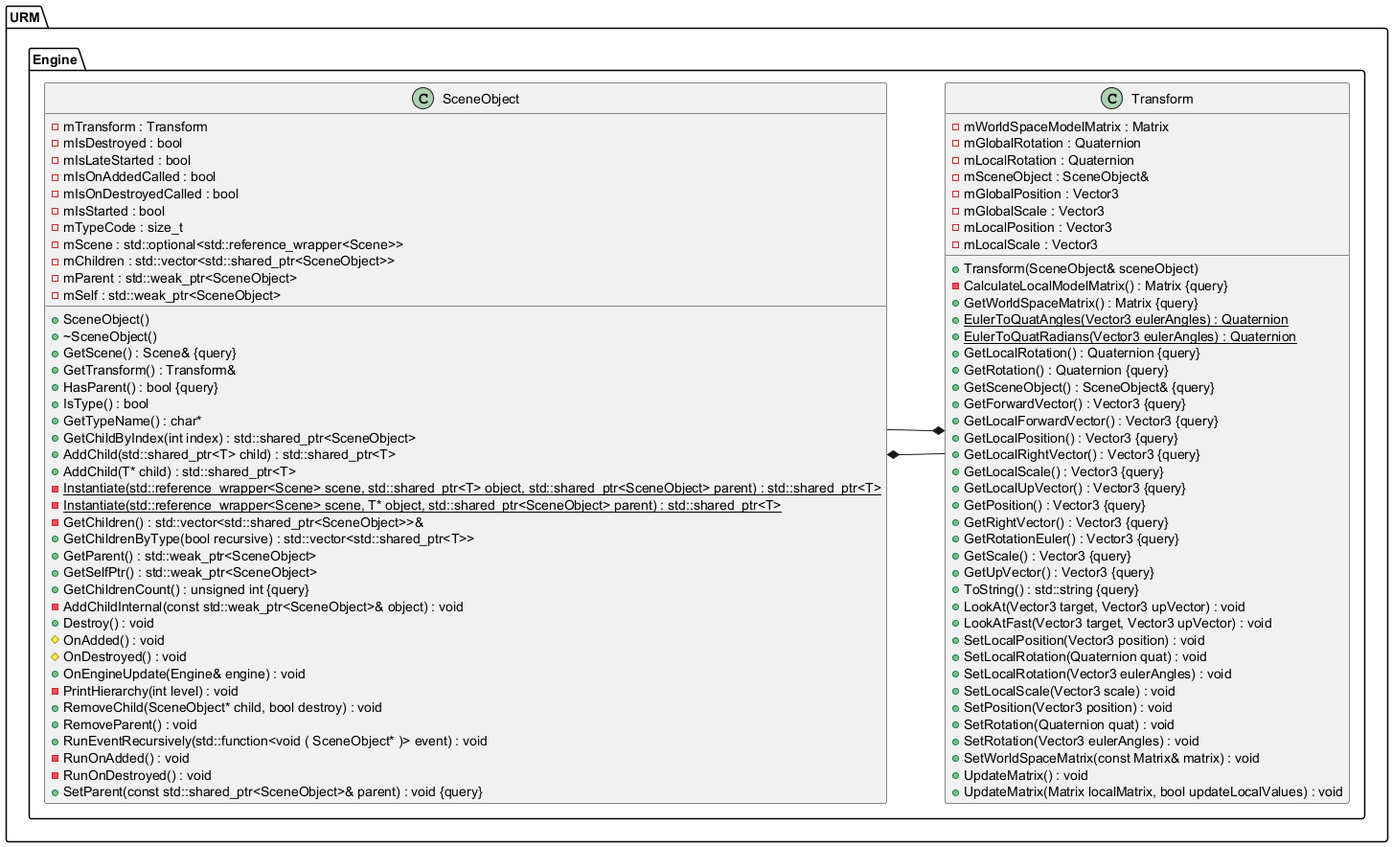
Before: Latex/images/UML/sceneobject.png, a diagram exported from PlantUML (MinikPLayer/MasterThesis_UniversalRenderingModule_D3D11).
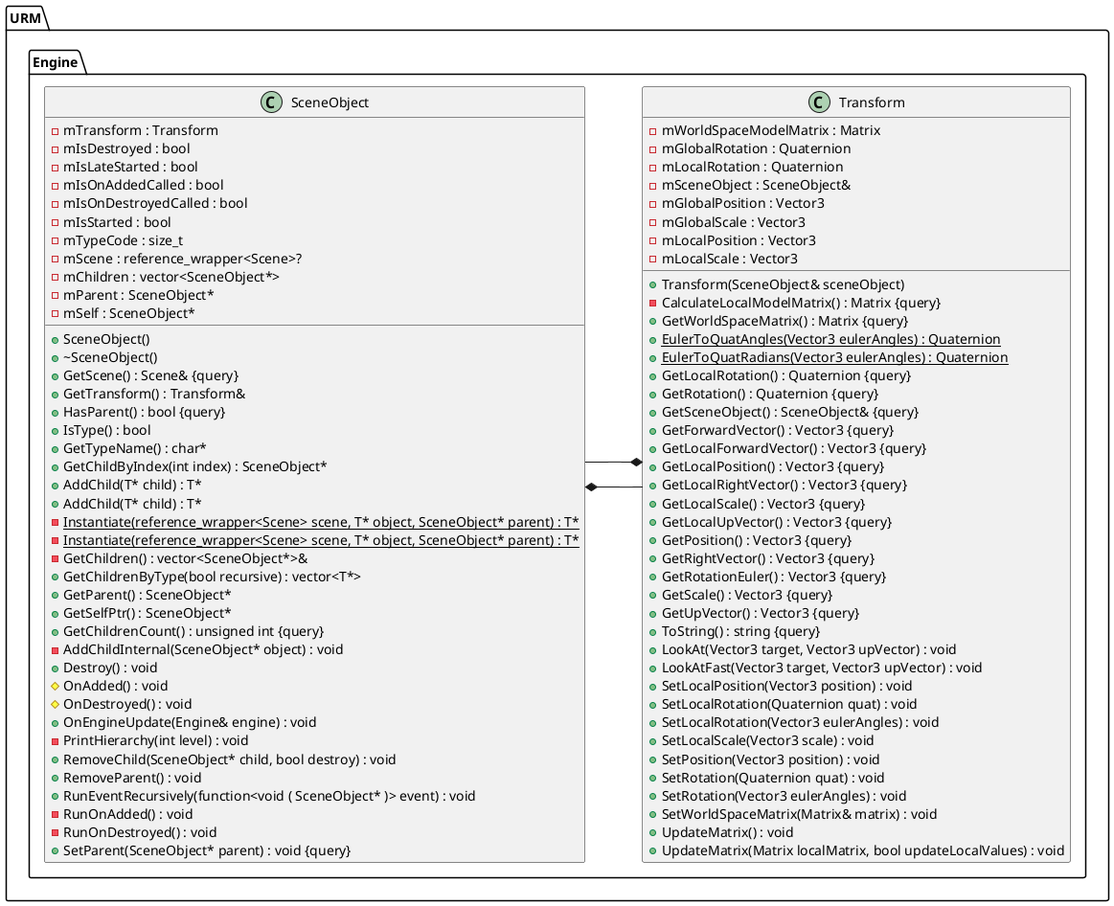
The same diagram one commit later.

Diff of the diagram source:
```diff
@@ -23,21 +23,21 @@
 			-mIsStarted : bool
 			+GetTypeName() : char*
 			-mTypeCode : size_t
-			-mScene : std::optional<std::reference_wrapper<Scene>>
-			+GetChildByIndex(int index) : std::shared_ptr<SceneObject>
-			+AddChild(std::shared_ptr<T> child) : std::shared_ptr<T>
-			+AddChild(T* child) : std::shared_ptr<T>
-			-{static} Instantiate(std::reference_wrapper<Scene> scene, std::shared_ptr<T> object, std::shared_ptr<SceneObject> parent) : std::shared_ptr<T>
-			-{static} Instantiate(std::reference_wrapper<Scene> scene, T* object, std::shared_ptr<SceneObject> parent) : std::shared_ptr<T>
-			-mChildren : std::vector<std::shared_ptr<SceneObject>>
-			-GetChildren() : std::vector<std::shared_ptr<SceneObject>>&
-			+GetChildrenByType(bool recursive) : std::vector<std::shared_ptr<T>>
-			+GetParent() : std::weak_ptr<SceneObject>
-			+GetSelfPtr() : std::weak_ptr<SceneObject>
-			-mParent : std::weak_ptr<SceneObject>
-			-mSelf : std::weak_ptr<SceneObject>
+			-mScene : reference_wrapper<Scene>?
+			+GetChildByIndex(int index) : SceneObject*
+			+AddChild(T* child) : T*
+			+AddChild(T* child) : T*
+			-{static} Instantiate(reference_wrapper<Scene> scene, T* object, SceneObject* parent) : T*
+			-{static} Instantiate(reference_wrapper<Scene> scene, T* object, SceneObject* parent) : T*
+			-mChildren : vector<SceneObject*>
+			-GetChildren() : vector<SceneObject*>&
+			+GetChildrenByType(bool recursive) : vector<T*>
+			+GetParent() : SceneObject*
+			+GetSelfPtr() : SceneObject*
+			-mParent : SceneObject*
+			-mSelf : SceneObject*
 			+GetChildrenCount() : unsigned int {query}
-			-AddChildInternal(const std::weak_ptr<SceneObject>& object) : void
+			-AddChildInternal(SceneObject* object) : void
 			+Destroy() : void
 			#OnAdded() : void
 			#OnDestroyed() : void
@@ -45,10 +45,10 @@
 			-PrintHierarchy(int level) : void
 			+RemoveChild(SceneObject* child, bool destroy) : void
 			+RemoveParent() : void
-			+RunEventRecursively(std::function<void ( SceneObject* )> event) : void
+			+RunEventRecursively(function<void ( SceneObject* )> event) : void
 			-RunOnAdded() : void
 			-RunOnDestroyed() : void
-			+SetParent(const std::shared_ptr<SceneObject>& parent) : void {query}
+			+SetParent(SceneObject* parent) : void {query}
 		}
 
 		class Transform {
@@ -79,7 +79,7 @@
 			-mGlobalScale : Vector3
 			-mLocalPosition : Vector3
 			-mLocalScale : Vector3
-			+ToString() : std::string {query}
+			+ToString() : string {query}
 			+LookAt(Vector3 target, Vector3 upVector) : void
 			+LookAtFast(Vector3 target, Vector3 upVector) : void
 			+SetLocalPosition(Vector3 position) : void
@@ -89,7 +89,7 @@
 			+SetPosition(Vector3 position) : void
 			+SetRotation(Quaternion quat) : void
 			+SetRotation(Vector3 eulerAngles) : void
-			+SetWorldSpaceMatrix(const Matrix& matrix) : void
+			+SetWorldSpaceMatrix(Matrix& matrix) : void
 			+UpdateMatrix() : void
 			+UpdateMatrix(Matrix localMatrix, bool updateLocalValues) : void
 		}
```
